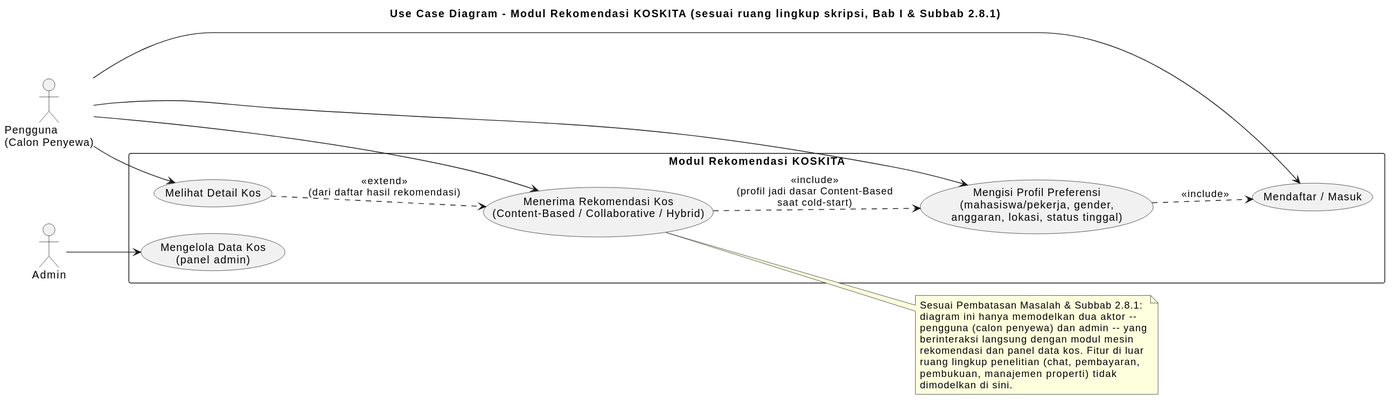
The PlantUML diagram docs/diagrams/skripsi/gambar-use-case.svg in bryandaniel1304/koskita, before a commit.
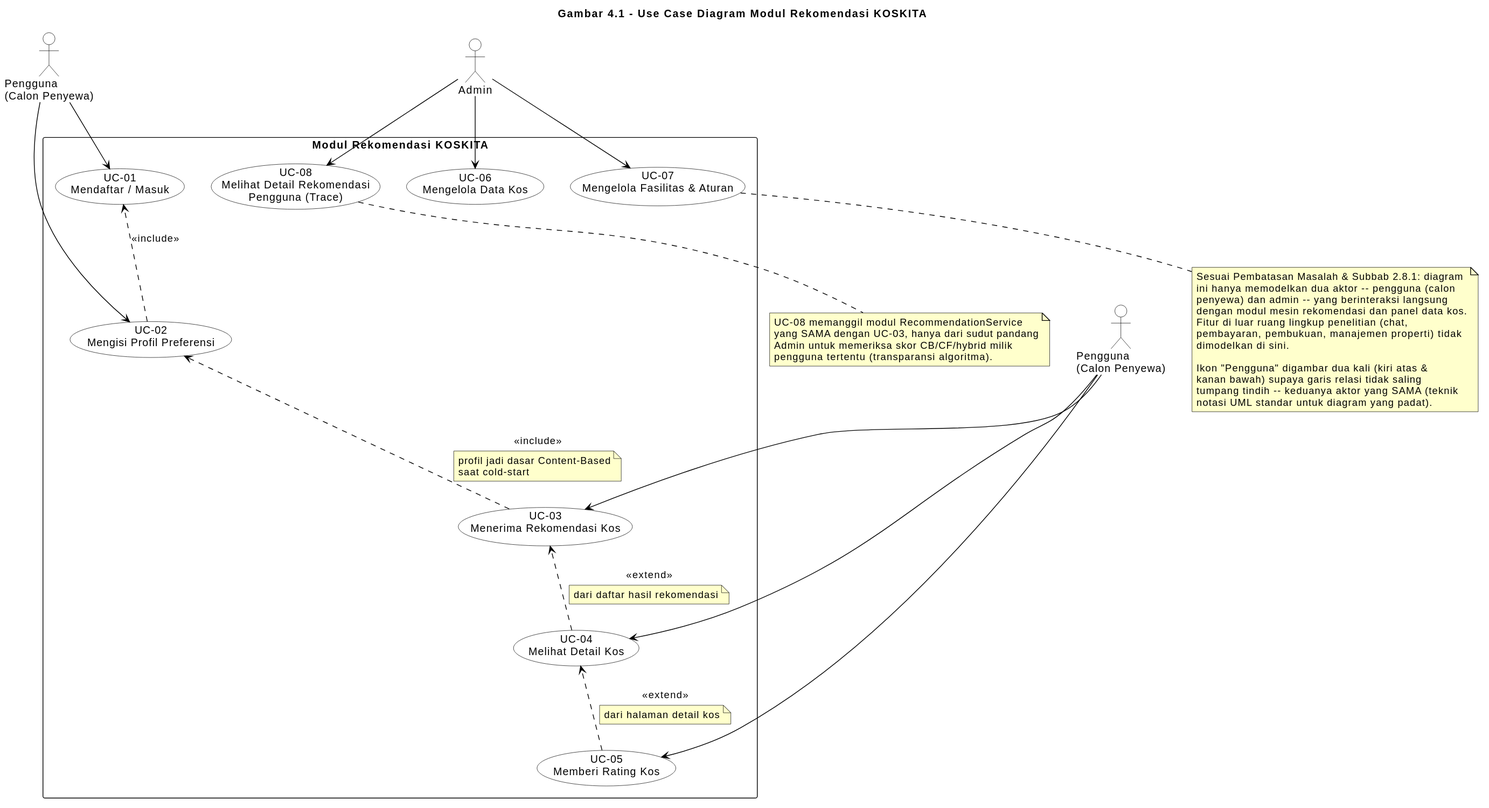
Above is the later version.

What changed in the source:
```diff
@@ -1,38 +1,83 @@
 @startuml
-title Use Case Diagram - Modul Rekomendasi KOSKITA (sesuai ruang lingkup skripsi, Bab I & Subbab 2.8.1)
-left to right direction
+title Gambar 4.1 - Use Case Diagram Modul Rekomendasi KOSKITA
 skinparam backgroundColor White
 skinparam packageStyle rectangle
+skinparam ActorBackgroundColor White
+skinparam ActorBorderColor Black
+skinparam UsecaseBackgroundColor White
+skinparam UsecaseBorderColor Black
+skinparam RectangleBackgroundColor White
+skinparam RectangleBorderColor Black
+skinparam ArrowColor Black
+skinparam NoteBackgroundColor #FFFFCC
+skinparam NoteBorderColor Black
 
 actor "Pengguna\n(Calon Penyewa)" as Tenant
+actor "Pengguna\n(Calon Penyewa)" as Tenant2
 actor "Admin" as Admin
 
 rectangle "Modul Rekomendasi KOSKITA" {
-  usecase "Mendaftar / Masuk" as UC_Login
-  usecase "Mengisi Profil Preferensi\n(mahasiswa/pekerja, gender,\nanggaran, lokasi, status tinggal)" as UC_Profile
-  usecase "Menerima Rekomendasi Kos\n(Content-Based / Collaborative / Hybrid)" as UC_Recommend
-  usecase "Melihat Detail Kos" as UC_Detail
-  usecase "Mengelola Data Kos\n(panel admin)" as UC_ManageKos
+  usecase "UC-01\nMendaftar / Masuk" as UC_Login
+  usecase "UC-02\nMengisi Profil Preferensi" as UC_Profile
+  usecase "UC-03\nMenerima Rekomendasi Kos" as UC_Recommend
+  usecase "UC-04\nMelihat Detail Kos" as UC_Detail
+  usecase "UC-05\nMemberi Rating Kos" as UC_Rate
+  usecase "UC-06\nMengelola Data Kos" as UC_ManageKos
+  usecase "UC-07\nMengelola Fasilitas & Aturan" as UC_ManageFacRule
+  usecase "UC-08\nMelihat Detail Rekomendasi\nPengguna (Trace)" as UC_Trace
+
+  UC_Login -[hidden]right-> UC_Profile
+  UC_Profile -[hidden]right-> UC_Recommend
+  UC_Recommend -[hidden]right-> UC_Detail
+  UC_Detail -[hidden]right-> UC_Rate
 }
 
 Tenant --> UC_Login
 Tenant --> UC_Profile
-Tenant --> UC_Recommend
-Tenant --> UC_Detail
+Tenant2 --> UC_Recommend
+Tenant2 --> UC_Detail
+Tenant2 --> UC_Rate
 Admin --> UC_ManageKos
+Admin --> UC_ManageFacRule
+Admin --> UC_Trace
 
 UC_Profile ..> UC_Login : <<include>>
-UC_Recommend ..> UC_Profile : <<include>>\n(profil jadi dasar Content-Based\nsaat cold-start)
-UC_Detail ..> UC_Recommend : <<extend>>\n(dari daftar hasil rekomendasi)
 
-note right of UC_Recommend
-  Sesuai Pembatasan Masalah & Subbab 2.8.1:
-  diagram ini hanya memodelkan dua aktor --
-  pengguna (calon penyewa) dan admin -- yang
-  berinteraksi langsung dengan modul mesin
-  rekomendasi dan panel data kos. Fitur di luar
-  ruang lingkup penelitian (chat, pembayaran,
-  pembukuan, manajemen properti) tidak
+UC_Recommend ..> UC_Profile : <<include>>
+note on link
+  profil jadi dasar Content-Based
+  saat cold-start
+end note
+
+UC_Detail ..> UC_Recommend : <<extend>>
+note on link
+  dari daftar hasil rekomendasi
+end note
+
+UC_Rate ..> UC_Detail : <<extend>>
+note on link
+  dari halaman detail kos
+end note
+
+note bottom of UC_Trace
+  UC-08 memanggil modul RecommendationService
+  yang SAMA dengan UC-03, hanya dari sudut pandang
+  Admin untuk memeriksa skor CB/CF/hybrid milik
+  pengguna tertentu (transparansi algoritma).
+end note
+
+note bottom of UC_ManageFacRule
+  Sesuai Pembatasan Masalah & Subbab 2.8.1: diagram
+  ini hanya memodelkan dua aktor -- pengguna (calon
+  penyewa) dan admin -- yang berinteraksi langsung
+  dengan modul mesin rekomendasi dan panel data kos.
+  Fitur di luar ruang lingkup penelitian (chat,
+  pembayaran, pembukuan, manajemen properti) tidak
   dimodelkan di sini.
+
+  Ikon "Pengguna" digambar dua kali (kiri atas &
+  kanan bawah) supaya garis relasi tidak saling
+  tumpang tindih -- keduanya aktor yang SAMA (teknik
+  notasi UML standar untuk diagram yang padat).
 end note
 @enduml
```
